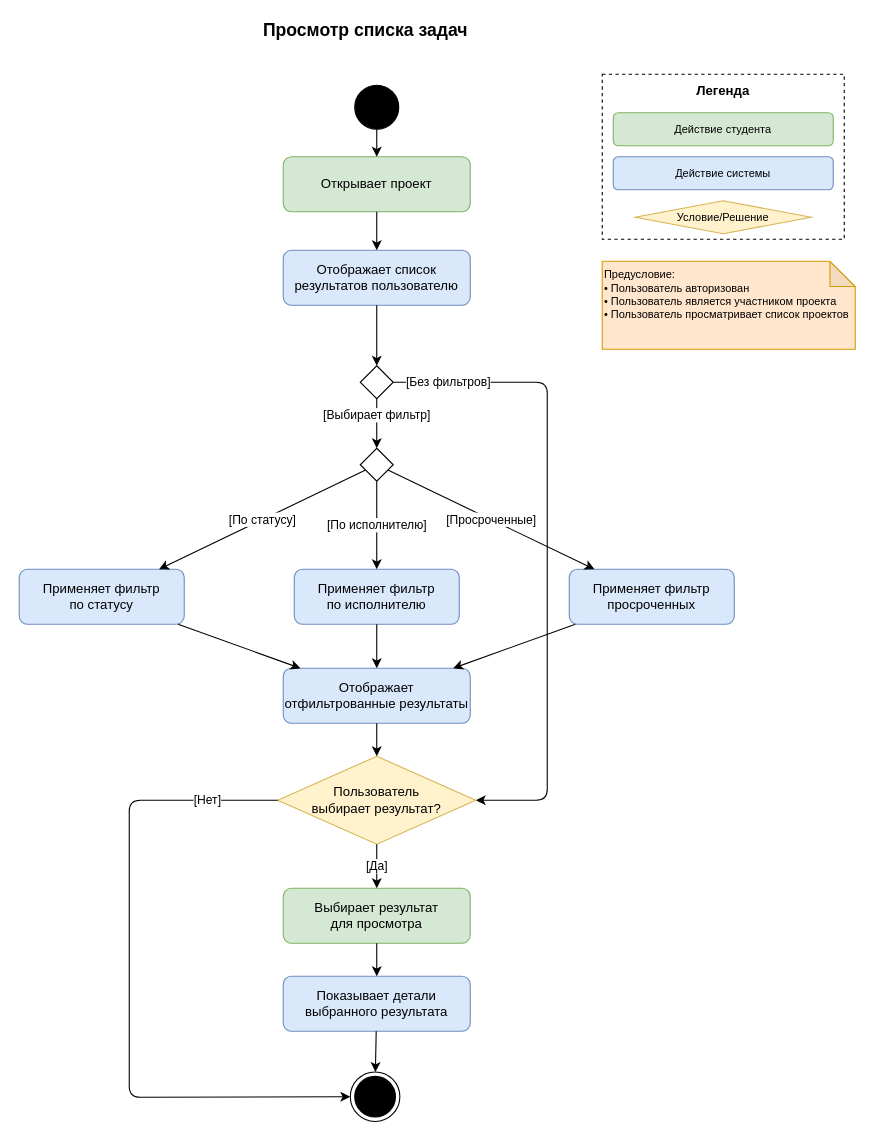
Earlier version of the draw.io diagram page "Просмотр списка задач" (3 of 5) of diagrams/activity-scenarios.drawio (Educational-Projects-Se2my00of5/osnovyprymoyrazrabotki). Source tidied: cells renumbered, new cells numbered last; positions are measured from the earlier drawing's top-left corner, leaving out a move shared by most shapes. Both pictures are drawn from the tidied source at 110%, with x=0, y=0 at pixel (19, 19).
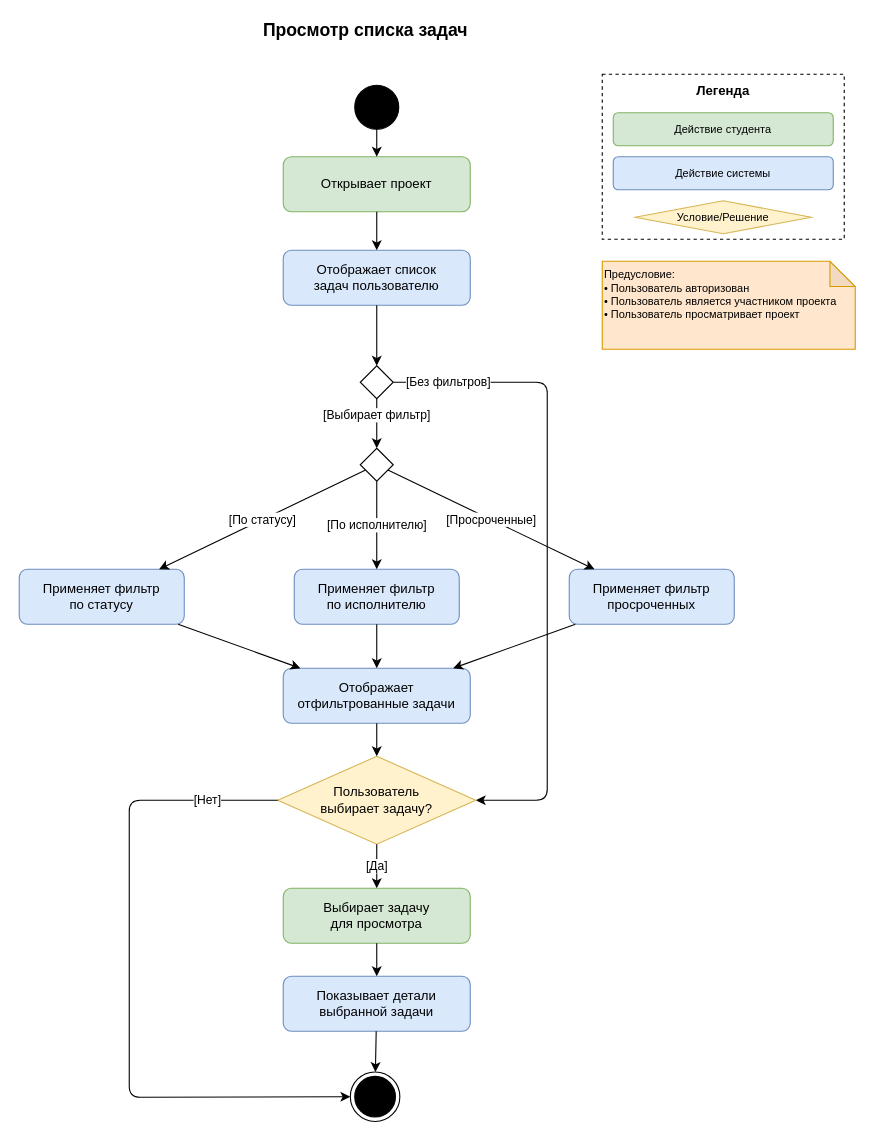
After the change.

Change to the diagram source:
```diff
@@
-    <mxCell id="3" value="Предусловие:&lt;br&gt;• Пользователь авторизован&lt;br&gt;• Пользователь является участником проекта&lt;div&gt;• Пользователь просматривает список проектов&lt;div style=&quot;color: rgb(63, 63, 63); scrollbar-color: rgb(226, 226, 226) rgb(251, 251, 251);&quot;&gt;&lt;br style=&quot;color: rgb(63, 63, 63); scrollbar-color: rgb(226, 226, 226) rgb(251, 251, 251);&quot;&gt;&lt;/div&gt;&lt;/div&gt;" style="shape=note;whiteSpace=wrap;html=1;backgroundOutline=1;darkOpacity=0.05;fillColor=#ffe6cc;strokeColor=#d79b00;align=left;verticalAlign=top;fontSize=10;size=23;" parent="1" vertex="1">
+    <mxCell id="3" value="Предусловие:&lt;br&gt;• Пользователь авторизован&lt;br&gt;• Пользователь является участником проекта&lt;div&gt;• Пользователь просматривает проект&lt;div style=&quot;color: rgb(63, 63, 63); scrollbar-color: rgb(226, 226, 226) rgb(251, 251, 251);&quot;&gt;&lt;br style=&quot;color: rgb(63, 63, 63); scrollbar-color: rgb(226, 226, 226) rgb(251, 251, 251);&quot;&gt;&lt;/div&gt;&lt;/div&gt;" style="shape=note;whiteSpace=wrap;html=1;backgroundOutline=1;darkOpacity=0.05;fillColor=#ffe6cc;strokeColor=#d79b00;align=left;verticalAlign=top;fontSize=10;size=23;" parent="1" vertex="1">
       <mxGeometry x="530" y="220" width="230" height="80" as="geometry" />
     </mxCell>
@@
-    <mxCell id="7" value="Отображает список&lt;br&gt;результатов пользователю" style="rounded=1;whiteSpace=wrap;html=1;fillColor=#dae8fc;strokeColor=#6c8ebf;" parent="1" vertex="1">
+    <mxCell id="7" value="Отображает список&lt;br&gt;задач пользователю" style="rounded=1;whiteSpace=wrap;html=1;fillColor=#dae8fc;strokeColor=#6c8ebf;" parent="1" vertex="1">
       <mxGeometry x="240" y="210" width="170" height="50" as="geometry" />
     </mxCell>
@@
-    <mxCell id="18" value="Отображает&lt;br&gt;отфильтрованные результаты" style="rounded=1;whiteSpace=wrap;html=1;fillColor=#dae8fc;strokeColor=#6c8ebf;" parent="1" vertex="1">
+    <mxCell id="18" value="Отображает&lt;br&gt;отфильтрованные задачи" style="rounded=1;whiteSpace=wrap;html=1;fillColor=#dae8fc;strokeColor=#6c8ebf;" parent="1" vertex="1">
       <mxGeometry x="240" y="590" width="170" height="50" as="geometry" />
     </mxCell>
@@
-    <mxCell id="22" value="Пользователь&#10;выбирает результат?" style="rhombus;whiteSpace=wrap;html=1;fillColor=#fff2cc;strokeColor=#d6b656;" parent="1" vertex="1">
+    <mxCell id="22" value="Пользователь&#10;выбирает задачу?" style="rhombus;whiteSpace=wrap;html=1;fillColor=#fff2cc;strokeColor=#d6b656;" parent="1" vertex="1">
       <mxGeometry x="235" y="670" width="180" height="80" as="geometry" />
     </mxCell>
@@
-    <mxCell id="24" value="Выбирает результат&lt;br&gt;для просмотра" style="rounded=1;whiteSpace=wrap;html=1;fillColor=#d5e8d4;strokeColor=#82b366;" parent="1" vertex="1">
+    <mxCell id="24" value="Выбирает задачу&lt;br&gt;для просмотра" style="rounded=1;whiteSpace=wrap;html=1;fillColor=#d5e8d4;strokeColor=#82b366;" parent="1" vertex="1">
       <mxGeometry x="240" y="790" width="170" height="50" as="geometry" />
     </mxCell>
@@
-    <mxCell id="26" value="Показывает детали&lt;br&gt;выбранного результата" style="rounded=1;whiteSpace=wrap;html=1;fillColor=#dae8fc;strokeColor=#6c8ebf;" parent="1" vertex="1">
+    <mxCell id="26" value="Показывает детали&lt;br&gt;выбранной задачи" style="rounded=1;whiteSpace=wrap;html=1;fillColor=#dae8fc;strokeColor=#6c8ebf;" parent="1" vertex="1">
       <mxGeometry x="240" y="870" width="170" height="50" as="geometry" />
     </mxCell>
```
